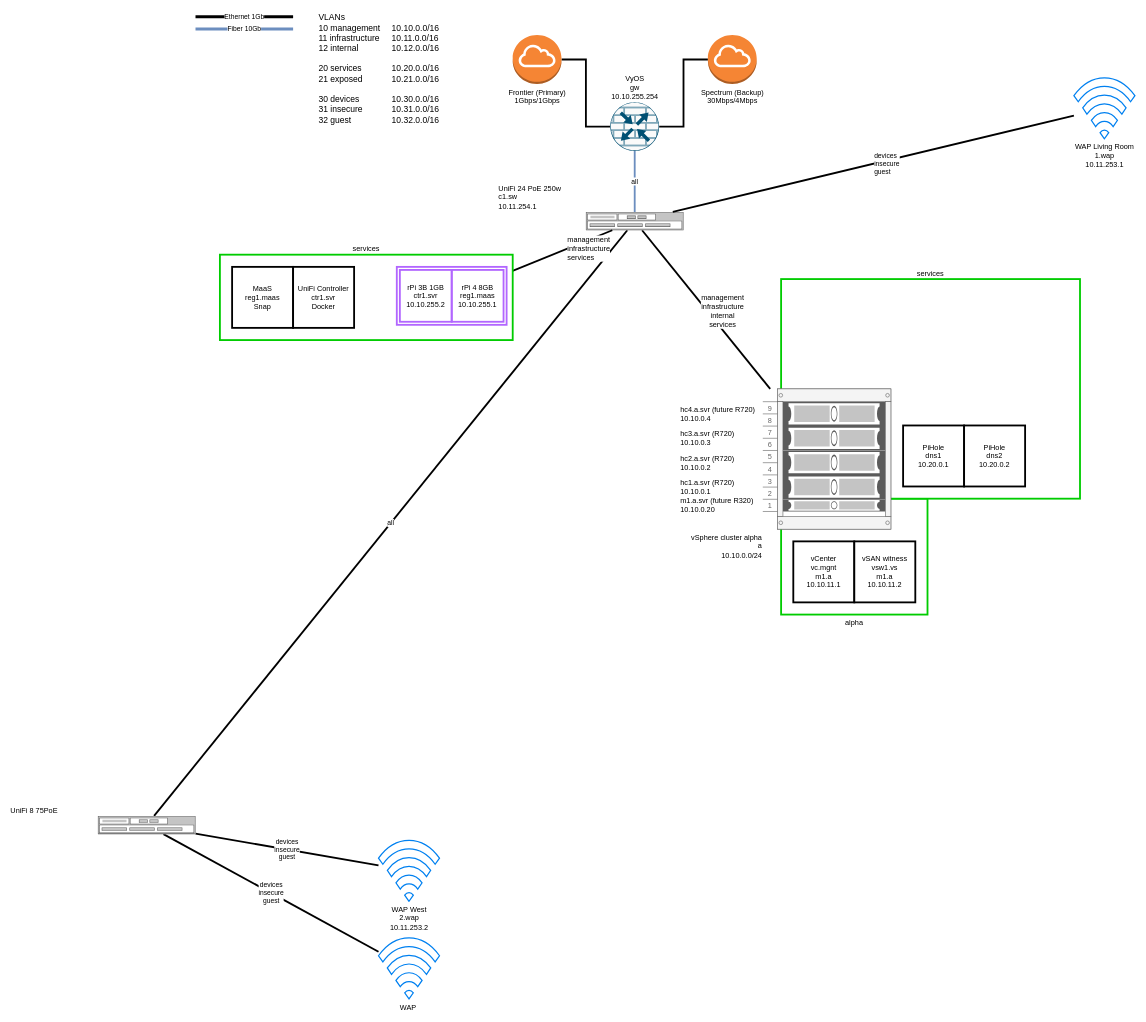
This is network map.drawio from reinitialized-studio/reinitialized.net, a draw.io file, before an edit. Source tidied: cells renumbered, new cells numbered last; positions are measured from the earlier drawing's top-left corner, leaving out a move shared by most shapes. Both pictures are drawn from the tidied source at 61%, with x=0, y=0 at pixel (98, 10).
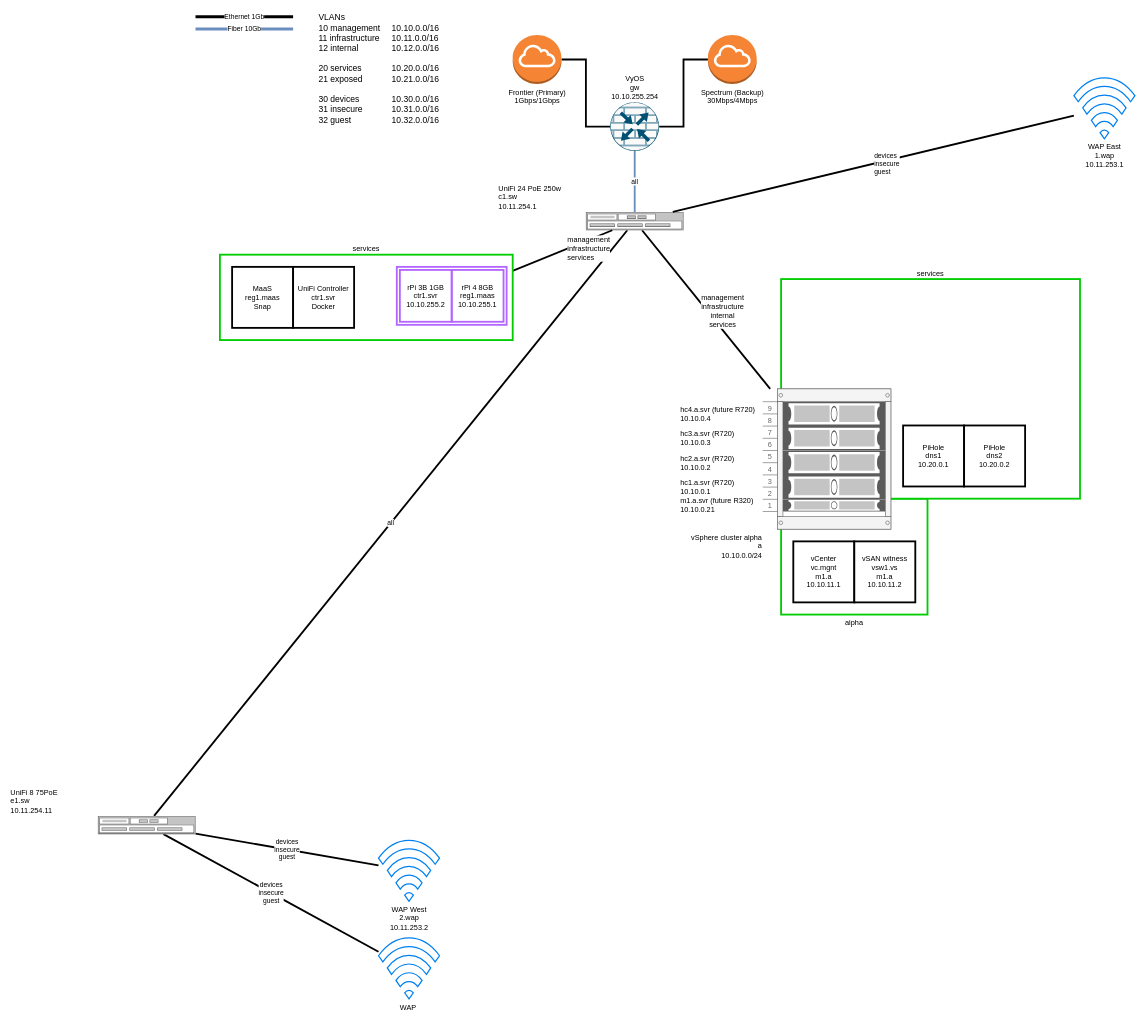
The same diagram, later.

Commit message:
- added info regarding e1.sw - changed name of "WAP Living Room" to "WAP East"

The change refers to these unchanged cells:
```xml
<mxCell id="18" value="vSphere cluster alpha&lt;br&gt;a&lt;br&gt;10.10.0.0/24" style="strokeColor=#666666;html=1;verticalLabelPosition=bottom;labelBackgroundColor=#ffffff;verticalAlign=top;outlineConnect=0;shadow=0;dashed=0;shape=mxgraph.rackGeneral.container;fillColor2=#f4f4f4;allowGaps=1;textColor=#666666;numDisp=ascend;labelPosition=left;align=right;" parent="1" vertex="1">
  <mxGeometry x="1090" y="620" width="210" height="230" as="geometry" />
</mxCell>
```

Diff of the diagram source:
```diff
@@
+    <mxCell id="21" value="m1.a.svr (future R320)&lt;br&gt;10.10.0.21" style="strokeColor=#666666;html=1;labelPosition=left;align=left;spacingLeft=0;shadow=0;dashed=0;shape=mxgraph.rack.general.1u_rack_server;verticalLabelPosition=middle;verticalAlign=middle;spacing=0;" parent="18" vertex="1">
+      <mxGeometry x="33" y="181" width="168" height="20" as="geometry" />
+    </mxCell>
@@
-    <mxCell id="21" value="m1.a.svr (future R320)&lt;br&gt;10.10.0.20" style="strokeColor=#666666;html=1;labelPosition=left;align=left;spacingLeft=0;shadow=0;dashed=0;shape=mxgraph.rack.general.1u_rack_server;verticalLabelPosition=middle;verticalAlign=middle;spacing=0;" parent="18" vertex="1">
-      <mxGeometry x="33" y="181" width="168" height="20" as="geometry" />
-    </mxCell>
@@
-    <mxCell id="33" value="WAP Living Room&lt;br&gt;1.wap&lt;br&gt;10.11.253.1&lt;br&gt;" style="html=1;verticalLabelPosition=bottom;align=center;labelBackgroundColor=#ffffff;verticalAlign=top;strokeWidth=2;strokeColor=#0080F0;shadow=0;dashed=0;shape=mxgraph.ios7.icons.wifi;fillColor=none;" parent="1" vertex="1">
+    <mxCell id="33" value="WAP East&lt;br&gt;1.wap&lt;br&gt;10.11.253.1" style="html=1;verticalLabelPosition=bottom;align=center;labelBackgroundColor=#ffffff;verticalAlign=top;strokeWidth=2;strokeColor=#0080F0;shadow=0;dashed=0;shape=mxgraph.ios7.icons.wifi;fillColor=none;" parent="1" vertex="1">
       <mxGeometry x="1600" y="110" width="100" height="100" as="geometry" />
     </mxCell>
@@
-    <mxCell id="38" value="UniFi 8 75PoE" style="strokeColor=#666666;html=1;labelPosition=left;align=left;spacingLeft=15;shadow=0;dashed=0;outlineConnect=0;shape=mxgraph.rack.general.switches_1;perimeterSpacing=0;verticalLabelPosition=top;verticalAlign=bottom;" parent="1" vertex="1">
+    <mxCell id="38" value="UniFi 8 75PoE&lt;br&gt;e1.sw&lt;br&gt;10.11.254.11" style="strokeColor=#666666;html=1;labelPosition=left;align=left;spacingLeft=15;shadow=0;dashed=0;outlineConnect=0;shape=mxgraph.rack.general.switches_1;perimeterSpacing=0;verticalLabelPosition=top;verticalAlign=bottom;" parent="1" vertex="1">
       <mxGeometry y="1320" width="160" height="30" as="geometry" />
     </mxCell>
```
